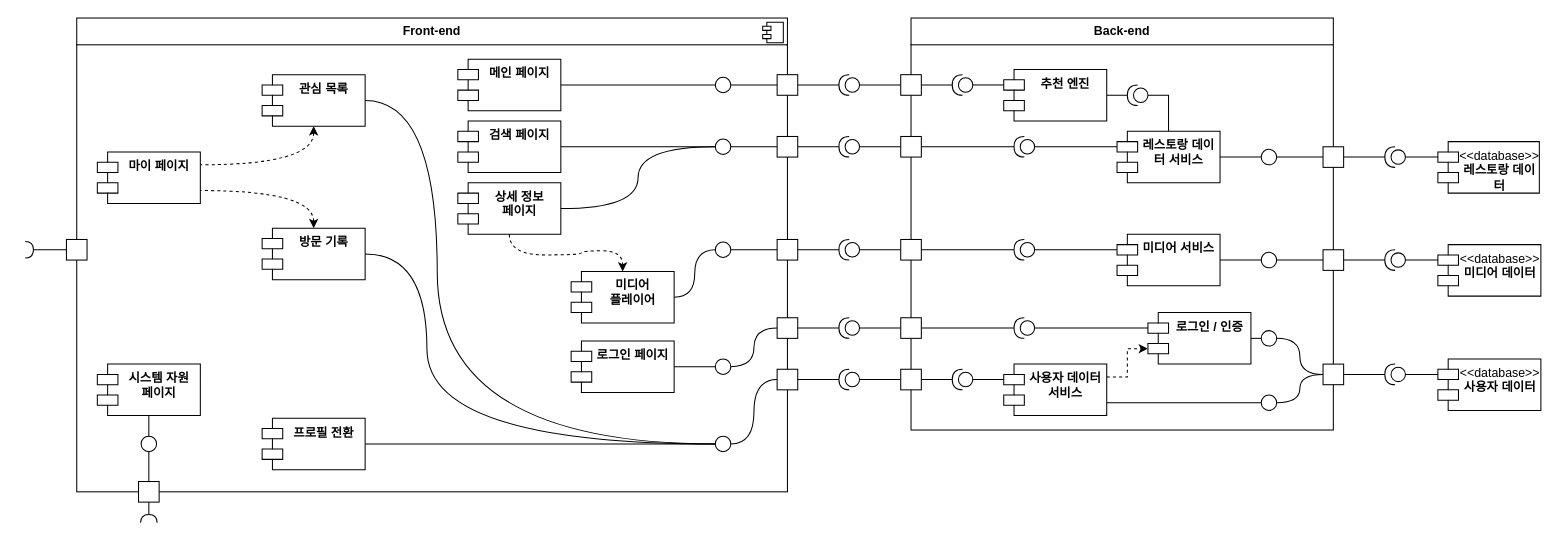
The draw.io diagram resource/component_diagram.drawio in KangNaewon/connected-platform, before the edit. Source tidied: cells renumbered, new cells numbered last; positions are measured from the earlier drawing's top-left corner, leaving out a move shared by most shapes. Both pictures are drawn from the tidied source at 103%, with x=0, y=0 at pixel (25, 18).
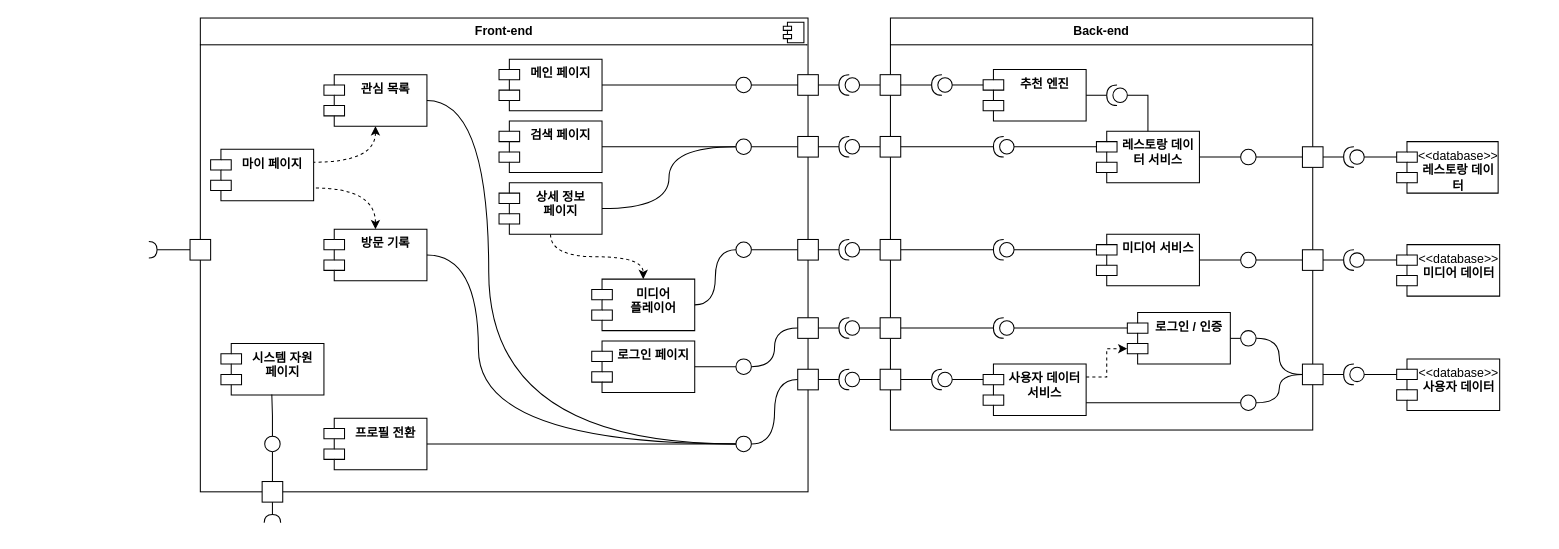
After the change.

Change to the diagram source:
```diff
@@
     <mxCell id="2" value="&lt;p style=&quot;margin:0px;margin-top:6px;text-align:center;&quot;&gt;&lt;b&gt;Front-end&lt;/b&gt;&lt;/p&gt;&lt;hr size=&quot;1&quot; style=&quot;border-style:solid;&quot;&gt;&lt;p style=&quot;margin:0px;margin-left:8px;&quot;&gt;&lt;br&gt;&lt;/p&gt;" style="align=left;overflow=fill;html=1;whiteSpace=wrap;" parent="1" vertex="1">
-      <mxGeometry x="50" width="690" height="460" as="geometry" />
+      <mxGeometry x="170" width="590" height="460" as="geometry" />
     </mxCell>
@@
     <mxCell id="4" value="메인 페이지" style="shape=module;align=left;spacingLeft=20;align=center;verticalAlign=top;whiteSpace=wrap;html=1;fontStyle=1;" parent="1" vertex="1">
-      <mxGeometry x="420" y="40" width="100" height="50" as="geometry" />
+      <mxGeometry x="460" y="40" width="100" height="50" as="geometry" />
     </mxCell>
     <mxCell id="5" value="로그인 페이지" style="shape=module;align=left;spacingLeft=20;align=center;verticalAlign=top;whiteSpace=wrap;html=1;fontStyle=1;" parent="1" vertex="1">
-      <mxGeometry x="530" y="313.5" width="100" height="50" as="geometry" />
+      <mxGeometry x="550" y="313.5" width="100" height="50" as="geometry" />
     </mxCell>
@@
     <mxCell id="7" value="관심 목록" style="shape=module;align=left;spacingLeft=20;align=center;verticalAlign=top;whiteSpace=wrap;html=1;fontStyle=1;" parent="1" vertex="1">
-      <mxGeometry x="230" y="55" width="100" height="50" as="geometry" />
+      <mxGeometry x="290" y="55" width="100" height="50" as="geometry" />
     </mxCell>
@@
     <mxCell id="9" value="방문 기록" style="shape=module;align=left;spacingLeft=20;align=center;verticalAlign=top;whiteSpace=wrap;html=1;fontStyle=1;" parent="1" vertex="1">
-      <mxGeometry x="230" y="204" width="100" height="50" as="geometry" />
+      <mxGeometry x="290" y="205" width="100" height="50" as="geometry" />
     </mxCell>
     <mxCell id="10" value="마이 페이지" style="shape=module;align=left;spacingLeft=20;align=center;verticalAlign=top;whiteSpace=wrap;html=1;fontStyle=1;" parent="1" vertex="1">
-      <mxGeometry x="70" y="130" width="100" height="50" as="geometry" />
+      <mxGeometry x="180" y="127.5" width="100" height="50" as="geometry" />
     </mxCell>
     <mxCell id="11" value="프로필 전환" style="shape=module;align=left;spacingLeft=20;align=center;verticalAlign=top;whiteSpace=wrap;html=1;fontStyle=1;" parent="1" vertex="1">
-      <mxGeometry x="230" y="388.5" width="100" height="50" as="geometry" />
+      <mxGeometry x="290" y="388.5" width="100" height="50" as="geometry" />
     </mxCell>
+    <mxCell id="53" style="edgeStyle=orthogonalEdgeStyle;rounded=0;jettySize=auto;html=1;curved=1;dashed=1;" parent="1" edge="1" source="12" target="13">
+      <mxGeometry relative="1" as="geometry" />
+    </mxCell>
     <mxCell id="12" value="상세 정보 &lt;br&gt;페이지" style="shape=module;align=left;spacingLeft=20;align=center;verticalAlign=top;whiteSpace=wrap;html=1;fontStyle=1;" parent="1" vertex="1">
-      <mxGeometry x="420" y="160" width="100" height="50" as="geometry" />
+      <mxGeometry x="460" y="160" width="100" height="50" as="geometry" />
     </mxCell>
     <mxCell id="13" value="미디어&lt;br&gt;플레이어" style="shape=module;align=left;spacingLeft=20;align=center;verticalAlign=top;whiteSpace=wrap;html=1;fontStyle=1;" parent="1" vertex="1">
-      <mxGeometry x="530" y="246" width="100" height="50" as="geometry" />
+      <mxGeometry x="550" y="253.5" width="100" height="50" as="geometry" />
     </mxCell>
     <mxCell id="14" value="검색 페이지" style="shape=module;align=left;spacingLeft=20;align=center;verticalAlign=top;whiteSpace=wrap;html=1;fontStyle=1;" parent="1" vertex="1">
-      <mxGeometry x="420" y="100" width="100" height="50" as="geometry" />
+      <mxGeometry x="460" y="100" width="100" height="50" as="geometry" />
     </mxCell>
     <mxCell id="15" value="시스템 자원&lt;br&gt;페이지" style="shape=module;align=left;spacingLeft=20;align=center;verticalAlign=top;whiteSpace=wrap;html=1;fontStyle=1;" parent="1" vertex="1">
-      <mxGeometry x="70" y="336" width="100" height="50" as="geometry" />
+      <mxGeometry x="190" y="316" width="100" height="50" as="geometry" />
     </mxCell>
     <mxCell id="16" value="&lt;p style=&quot;margin:0px;margin-top:6px;text-align:center;&quot;&gt;&lt;b&gt;Back-end&lt;/b&gt;&lt;/p&gt;&lt;hr size=&quot;1&quot; style=&quot;border-style:solid;&quot;&gt;&lt;p style=&quot;margin:0px;margin-left:8px;&quot;&gt;&lt;br&gt;&lt;/p&gt;" style="align=left;overflow=fill;html=1;whiteSpace=wrap;" parent="1" vertex="1">
-      <mxGeometry x="860" width="410" height="400" as="geometry" />
+      <mxGeometry x="840" width="410" height="400" as="geometry" />
     </mxCell>
     <mxCell id="17" value="추천 엔진" style="shape=module;align=left;spacingLeft=20;align=center;verticalAlign=top;whiteSpace=wrap;html=1;fontStyle=1;" parent="1" vertex="1">
-      <mxGeometry x="950" y="50" width="100" height="50" as="geometry" />
+      <mxGeometry x="930" y="50" width="100" height="50" as="geometry" />
     </mxCell>
     <mxCell id="18" value="로그인 / 인증" style="shape=module;align=left;spacingLeft=20;align=center;verticalAlign=top;whiteSpace=wrap;html=1;fontStyle=1;" parent="1" vertex="1">
-      <mxGeometry x="1090" y="286" width="100" height="50" as="geometry" />
+      <mxGeometry x="1070" y="286" width="100" height="50" as="geometry" />
     </mxCell>
     <mxCell id="19" value="사용자 데이터&lt;br&gt;서비스" style="shape=module;align=left;spacingLeft=20;align=center;verticalAlign=top;whiteSpace=wrap;html=1;fontStyle=1;" parent="1" vertex="1">
-      <mxGeometry x="950" y="336" width="100" height="50" as="geometry" />
+      <mxGeometry x="930" y="336" width="100" height="50" as="geometry" />
     </mxCell>
     <mxCell id="20" value="미디어 서비스" style="shape=module;align=left;spacingLeft=20;align=center;verticalAlign=top;whiteSpace=wrap;html=1;fontStyle=1;" parent="1" vertex="1">
-      <mxGeometry x="1060" y="210" width="100" height="50" as="geometry" />
+      <mxGeometry x="1040" y="210" width="100" height="50" as="geometry" />
     </mxCell>
     <mxCell id="21" value="레스토랑 데이터 서비스" style="shape=module;align=left;spacingLeft=20;align=center;verticalAlign=top;whiteSpace=wrap;html=1;fontStyle=1;" parent="1" vertex="1">
-      <mxGeometry x="1060" y="110" width="100" height="50" as="geometry" />
+      <mxGeometry x="1040" y="110" width="100" height="50" as="geometry" />
     </mxCell>
@@
     <mxCell id="23" value="&lt;span style=&quot;font-weight: normal;&quot;&gt;&amp;lt;&amp;lt;database&amp;gt;&amp;gt;&lt;/span&gt;&lt;br&gt;사용자 데이터" style="shape=module;align=left;spacingLeft=20;align=center;verticalAlign=top;whiteSpace=wrap;html=1;fontStyle=1;" parent="1" vertex="1">
-      <mxGeometry x="1371.5" y="331" width="100" height="50" as="geometry" />
+      <mxGeometry x="1331.5" y="331" width="100" height="50" as="geometry" />
     </mxCell>
     <mxCell id="24" value="&lt;span style=&quot;font-weight: normal;&quot;&gt;&amp;lt;&amp;lt;database&amp;gt;&amp;gt;&lt;/span&gt;&lt;br&gt;레스토랑 데이터" style="shape=module;align=left;spacingLeft=20;align=center;verticalAlign=top;whiteSpace=wrap;html=1;fontStyle=1;" parent="1" vertex="1">
-      <mxGeometry x="1371.5" y="120" width="98.5" height="50" as="geometry" />
+      <mxGeometry x="1331.5" y="120" width="98.5" height="50" as="geometry" />
     </mxCell>
     <mxCell id="25" value="&lt;span style=&quot;font-weight: normal;&quot;&gt;&amp;lt;&amp;lt;database&amp;gt;&amp;gt;&lt;/span&gt;&lt;br&gt;미디어 데이터" style="shape=module;align=left;spacingLeft=20;align=center;verticalAlign=top;whiteSpace=wrap;html=1;fontStyle=1;" parent="1" vertex="1">
-      <mxGeometry x="1371.5" y="220" width="100" height="50" as="geometry" />
+      <mxGeometry x="1331.5" y="220" width="100" height="50" as="geometry" />
     </mxCell>
     <mxCell id="26" style="shape=providedRequiredInterface;html=1;verticalLabelPosition=bottom;sketch=0;flipH=1;" parent="1" vertex="1">
-      <mxGeometry x="1320" y="336" width="20" height="20" as="geometry" />
+      <mxGeometry x="1280" y="336" width="20" height="20" as="geometry" />
     </mxCell>
-    <mxCell id="27" style="edgeStyle=orthogonalEdgeStyle;rounded=0;jettySize=auto;html=1;entryX=0;entryY=0;entryDx=0;entryDy=15;entryPerimeter=0;endArrow=none;endFill=0;" parent="1" edge="1" source="26" target="23">
-      <mxGeometry relative="1" as="geometry" />
+    <mxCell id="27" style="edgeStyle=orthogonalEdgeStyle;rounded=0;jettySize=auto;html=1;entryX=0;entryY=0;entryDx=0;entryDy=15;entryPerimeter=0;endArrow=none;endFill=0;" parent="1" edge="1" source="26">
+      <mxGeometry relative="1" as="geometry">
+        <mxPoint x="1331.5" y="346" as="targetPoint" />
+      </mxGeometry>
     </mxCell>
     <mxCell id="28" style="shape=providedRequiredInterface;html=1;verticalLabelPosition=bottom;sketch=0;flipH=1;" parent="1" vertex="1">
-      <mxGeometry x="1320" y="225" width="20" height="20" as="geometry" />
+      <mxGeometry x="1280" y="225" width="20" height="20" as="geometry" />
     </mxCell>
     <mxCell id="29" style="shape=providedRequiredInterface;html=1;verticalLabelPosition=bottom;sketch=0;flipH=1;" parent="1" vertex="1">
-      <mxGeometry x="1320" y="125" width="20" height="20" as="geometry" />
+      <mxGeometry x="1280" y="125" width="20" height="20" as="geometry" />
     </mxCell>
-    <mxCell id="30" style="edgeStyle=orthogonalEdgeStyle;rounded=0;jettySize=auto;html=1;entryX=0;entryY=0;entryDx=0;entryDy=15;entryPerimeter=0;endArrow=none;endFill=0;" parent="1" edge="1" source="28" target="25">
-      <mxGeometry relative="1" as="geometry" />
+    <mxCell id="30" style="edgeStyle=orthogonalEdgeStyle;rounded=0;jettySize=auto;html=1;entryX=0;entryY=0;entryDx=0;entryDy=15;entryPerimeter=0;endArrow=none;endFill=0;" parent="1" edge="1" source="28">
+      <mxGeometry relative="1" as="geometry">
+        <mxPoint x="1331.5" y="235" as="targetPoint" />
+      </mxGeometry>
     </mxCell>
-    <mxCell id="31" style="edgeStyle=orthogonalEdgeStyle;rounded=0;jettySize=auto;html=1;entryX=0;entryY=0;entryDx=0;entryDy=15;entryPerimeter=0;endArrow=none;endFill=0;" parent="1" edge="1" source="29" target="24">
-      <mxGeometry relative="1" as="geometry" />
+    <mxCell id="31" style="edgeStyle=orthogonalEdgeStyle;rounded=0;jettySize=auto;html=1;entryX=0;entryY=0;entryDx=0;entryDy=15;entryPerimeter=0;endArrow=none;endFill=0;" parent="1" edge="1" source="29">
+      <mxGeometry relative="1" as="geometry">
+        <mxPoint x="1331.5" y="135" as="targetPoint" />
+      </mxGeometry>
     </mxCell>
@@
     <mxCell id="33" style="whiteSpace=wrap;html=1;" parent="1" vertex="1">
-      <mxGeometry x="1260" y="125" width="20" height="20" as="geometry" />
+      <mxGeometry x="1240" y="125" width="20" height="20" as="geometry" />
     </mxCell>
@@
     <mxCell id="36" style="whiteSpace=wrap;html=1;" parent="1" vertex="1">
-      <mxGeometry x="1260" y="225" width="20" height="20" as="geometry" />
+      <mxGeometry x="1240" y="225" width="20" height="20" as="geometry" />
     </mxCell>
@@
     <mxCell id="39" style="whiteSpace=wrap;html=1;" parent="1" vertex="1">
-      <mxGeometry x="1260" y="336" width="20" height="20" as="geometry" />
+      <mxGeometry x="1240" y="336" width="20" height="20" as="geometry" />
     </mxCell>
@@
     <mxCell id="43" style="ellipse;whiteSpace=wrap;html=1;" parent="1" vertex="1">
-      <mxGeometry x="1200" y="127.5" width="15" height="15" as="geometry" />
+      <mxGeometry x="1180" y="127.5" width="15" height="15" as="geometry" />
     </mxCell>
@@
     <mxCell id="45" style="shape=providedRequiredInterface;html=1;verticalLabelPosition=bottom;sketch=0;flipH=1;" parent="1" vertex="1">
-      <mxGeometry x="1070" y="65" width="20" height="20" as="geometry" />
+      <mxGeometry x="1050" y="65" width="20" height="20" as="geometry" />
     </mxCell>
@@
     <mxCell id="48" style="ellipse;whiteSpace=wrap;html=1;" parent="1" vertex="1">
-      <mxGeometry x="1200" y="227.5" width="15" height="15" as="geometry" />
+      <mxGeometry x="1180" y="227.5" width="15" height="15" as="geometry" />
     </mxCell>
@@
     <mxCell id="50" style="ellipse;whiteSpace=wrap;html=1;" parent="1" vertex="1">
-      <mxGeometry x="1200" y="303.5" width="15" height="15" as="geometry" />
+      <mxGeometry x="1180" y="303.5" width="15" height="15" as="geometry" />
     </mxCell>
@@
     <mxCell id="52" style="ellipse;whiteSpace=wrap;html=1;" parent="1" vertex="1">
-      <mxGeometry x="1200" y="366" width="15" height="15" as="geometry" />
+      <mxGeometry x="1180" y="366" width="15" height="15" as="geometry" />
     </mxCell>
-    <mxCell id="53" style="edgeStyle=orthogonalEdgeStyle;rounded=0;jettySize=auto;html=1;entryX=0.5;entryY=0;entryDx=0;entryDy=0;curved=1;dashed=1;exitX=0.5;exitY=1;exitDx=0;exitDy=0;" parent="1" edge="1" source="12" target="13">
-      <mxGeometry relative="1" as="geometry" />
-    </mxCell>
@@
     <mxCell id="55" style="whiteSpace=wrap;html=1;" parent="1" vertex="1">
-      <mxGeometry x="850" y="55" width="20" height="20" as="geometry" />
+      <mxGeometry x="830" y="55" width="20" height="20" as="geometry" />
     </mxCell>
@@
     <mxCell id="57" style="whiteSpace=wrap;html=1;" parent="1" vertex="1">
-      <mxGeometry x="850" y="115" width="20" height="20" as="geometry" />
+      <mxGeometry x="830" y="115" width="20" height="20" as="geometry" />
     </mxCell>
@@
     <mxCell id="59" style="shape=providedRequiredInterface;html=1;verticalLabelPosition=bottom;sketch=0;flipH=1;" parent="1" vertex="1">
-      <mxGeometry x="960" y="115" width="20" height="20" as="geometry" />
+      <mxGeometry x="940" y="115" width="20" height="20" as="geometry" />
     </mxCell>
@@
     <mxCell id="62" style="shape=providedRequiredInterface;html=1;verticalLabelPosition=bottom;sketch=0;flipH=1;" parent="1" vertex="1">
-      <mxGeometry x="900" y="55" width="20" height="20" as="geometry" />
+      <mxGeometry x="880" y="55" width="20" height="20" as="geometry" />
     </mxCell>
@@
     <mxCell id="65" style="whiteSpace=wrap;html=1;" parent="1" vertex="1">
-      <mxGeometry x="850" y="291" width="20" height="20" as="geometry" />
+      <mxGeometry x="830" y="291" width="20" height="20" as="geometry" />
     </mxCell>
@@
     <mxCell id="67" style="whiteSpace=wrap;html=1;" parent="1" vertex="1">
-      <mxGeometry x="850" y="215" width="20" height="20" as="geometry" />
+      <mxGeometry x="830" y="215" width="20" height="20" as="geometry" />
     </mxCell>
@@
     <mxCell id="69" style="whiteSpace=wrap;html=1;" parent="1" vertex="1">
-      <mxGeometry x="850" y="341" width="20" height="20" as="geometry" />
+      <mxGeometry x="830" y="341" width="20" height="20" as="geometry" />
     </mxCell>
@@
     <mxCell id="71" style="shape=providedRequiredInterface;html=1;verticalLabelPosition=bottom;sketch=0;flipH=1;" parent="1" vertex="1">
-      <mxGeometry x="960" y="215" width="20" height="20" as="geometry" />
+      <mxGeometry x="940" y="215" width="20" height="20" as="geometry" />
     </mxCell>
@@
     <mxCell id="74" style="shape=providedRequiredInterface;html=1;verticalLabelPosition=bottom;sketch=0;flipH=1;" parent="1" vertex="1">
-      <mxGeometry x="900" y="341" width="20" height="20" as="geometry" />
+      <mxGeometry x="880" y="341" width="20" height="20" as="geometry" />
     </mxCell>
@@
     <mxCell id="77" style="shape=providedRequiredInterface;html=1;verticalLabelPosition=bottom;sketch=0;flipH=1;" parent="1" vertex="1">
-      <mxGeometry x="960" y="291" width="20" height="20" as="geometry" />
+      <mxGeometry x="940" y="291" width="20" height="20" as="geometry" />
     </mxCell>
@@
     <mxCell id="79" style="whiteSpace=wrap;html=1;" parent="1" vertex="1">
-      <mxGeometry x="730" y="55" width="20" height="20" as="geometry" />
+      <mxGeometry x="750" y="55" width="20" height="20" as="geometry" />
     </mxCell>
@@
     <mxCell id="81" style="whiteSpace=wrap;html=1;" parent="1" vertex="1">
-      <mxGeometry x="730" y="115" width="20" height="20" as="geometry" />
+      <mxGeometry x="750" y="115" width="20" height="20" as="geometry" />
     </mxCell>
@@
     <mxCell id="83" style="whiteSpace=wrap;html=1;" parent="1" vertex="1">
-      <mxGeometry x="730" y="215" width="20" height="20" as="geometry" />
+      <mxGeometry x="750" y="215" width="20" height="20" as="geometry" />
     </mxCell>
@@
     <mxCell id="85" style="whiteSpace=wrap;html=1;" parent="1" vertex="1">
-      <mxGeometry x="730" y="291" width="20" height="20" as="geometry" />
+      <mxGeometry x="750" y="291" width="20" height="20" as="geometry" />
     </mxCell>
@@
     <mxCell id="87" style="whiteSpace=wrap;html=1;" parent="1" vertex="1">
-      <mxGeometry x="730" y="341" width="20" height="20" as="geometry" />
+      <mxGeometry x="750" y="341" width="20" height="20" as="geometry" />
     </mxCell>
@@
     <mxCell id="99" style="ellipse;whiteSpace=wrap;html=1;" parent="1" vertex="1">
-      <mxGeometry x="670" y="57.5" width="15" height="15" as="geometry" />
+      <mxGeometry x="690" y="57.5" width="15" height="15" as="geometry" />
     </mxCell>
@@
     <mxCell id="103" style="ellipse;whiteSpace=wrap;html=1;" parent="1" vertex="1">
-      <mxGeometry x="670" y="117.5" width="15" height="15" as="geometry" />
+      <mxGeometry x="690" y="117.5" width="15" height="15" as="geometry" />
     </mxCell>
@@
     <mxCell id="105" style="ellipse;whiteSpace=wrap;html=1;" parent="1" vertex="1">
-      <mxGeometry x="670" y="217.5" width="15" height="15" as="geometry" />
+      <mxGeometry x="690" y="217.5" width="15" height="15" as="geometry" />
     </mxCell>
@@
     <mxCell id="107" style="ellipse;whiteSpace=wrap;html=1;" parent="1" vertex="1">
-      <mxGeometry x="670" y="331" width="15" height="15" as="geometry" />
+      <mxGeometry x="690" y="331" width="15" height="15" as="geometry" />
     </mxCell>
     <mxCell id="108" style="edgeStyle=orthogonalEdgeStyle;rounded=0;jettySize=auto;html=1;entryX=1;entryY=0.5;entryDx=0;entryDy=0;curved=1;endArrow=none;endFill=0;" parent="1" edge="1" source="111" target="7">
       <mxGeometry relative="1" as="geometry">
         <Array as="points">
-          <mxPoint x="400" y="414" />
-          <mxPoint x="400" y="80" />
+          <mxPoint x="450" y="414" />
+          <mxPoint x="450" y="80" />
         </Array>
       </mxGeometry>
     </mxCell>
+    <mxCell id="110" style="edgeStyle=orthogonalEdgeStyle;rounded=0;jettySize=auto;html=1;endArrow=none;endFill=0;" parent="1" edge="1" source="111" target="11">
+      <mxGeometry relative="1" as="geometry" />
+    </mxCell>
     <mxCell id="109" style="edgeStyle=orthogonalEdgeStyle;rounded=0;jettySize=auto;html=1;entryX=1;entryY=0.5;entryDx=0;entryDy=0;curved=1;endArrow=none;endFill=0;" parent="1" edge="1" source="111" target="9">
       <mxGeometry relative="1" as="geometry">
         <Array as="points">
-          <mxPoint x="390" y="414" />
-          <mxPoint x="390" y="229" />
+          <mxPoint x="440" y="414" />
+          <mxPoint x="440" y="230" />
         </Array>
       </mxGeometry>
     </mxCell>
-    <mxCell id="110" style="edgeStyle=orthogonalEdgeStyle;rounded=0;jettySize=auto;html=1;endArrow=none;endFill=0;" parent="1" edge="1" source="111" target="11">
-      <mxGeometry relative="1" as="geometry" />
-    </mxCell>
     <mxCell id="111" style="ellipse;whiteSpace=wrap;html=1;" parent="1" vertex="1">
-      <mxGeometry x="670" y="406" width="15" height="15" as="geometry" />
+      <mxGeometry x="690" y="406" width="15" height="15" as="geometry" />
     </mxCell>
@@
     <mxCell id="113" style="ellipse;whiteSpace=wrap;html=1;" parent="1" vertex="1">
-      <mxGeometry x="112.5" y="406" width="15" height="15" as="geometry" />
+      <mxGeometry x="232.5" y="406" width="15" height="15" as="geometry" />
     </mxCell>
     <mxCell id="114" style="edgeStyle=orthogonalEdgeStyle;rounded=0;jettySize=auto;html=1;endArrow=halfCircle;endFill=0;" parent="1" edge="1" source="115">
       <mxGeometry relative="1" as="geometry">
-        <mxPoint x="120" y="490" as="targetPoint" />
+        <mxPoint x="240" y="490" as="targetPoint" />
       </mxGeometry>
     </mxCell>
     <mxCell id="115" style="whiteSpace=wrap;html=1;" parent="1" vertex="1">
-      <mxGeometry x="110" y="450" width="20" height="20" as="geometry" />
+      <mxGeometry x="230" y="450" width="20" height="20" as="geometry" />
     </mxCell>
@@
     <mxCell id="117" style="edgeStyle=orthogonalEdgeStyle;rounded=0;jettySize=auto;html=1;endArrow=halfCircle;endFill=0;" parent="1" edge="1" source="118">
       <mxGeometry relative="1" as="geometry">
-        <mxPoint y="225" as="targetPoint" />
+        <mxPoint x="120" y="225" as="targetPoint" />
       </mxGeometry>
     </mxCell>
     <mxCell id="118" style="whiteSpace=wrap;html=1;" parent="1" vertex="1">
-      <mxGeometry x="40" y="215" width="20" height="20" as="geometry" />
+      <mxGeometry x="160" y="215" width="20" height="20" as="geometry" />
     </mxCell>
```
